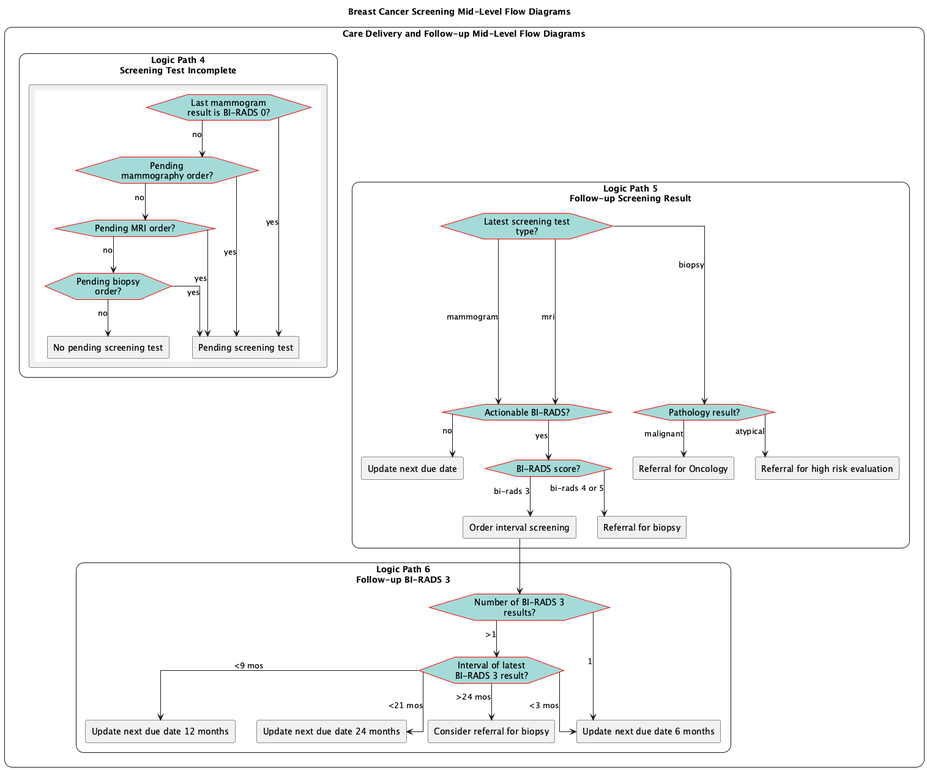
ccsm-cds-tools/CDC-Breast-Cancer-Screening-CDS-L2 keeps this PlantUML diagram as images/flow-MidLevelFollowup.png. Above is the earlier version.
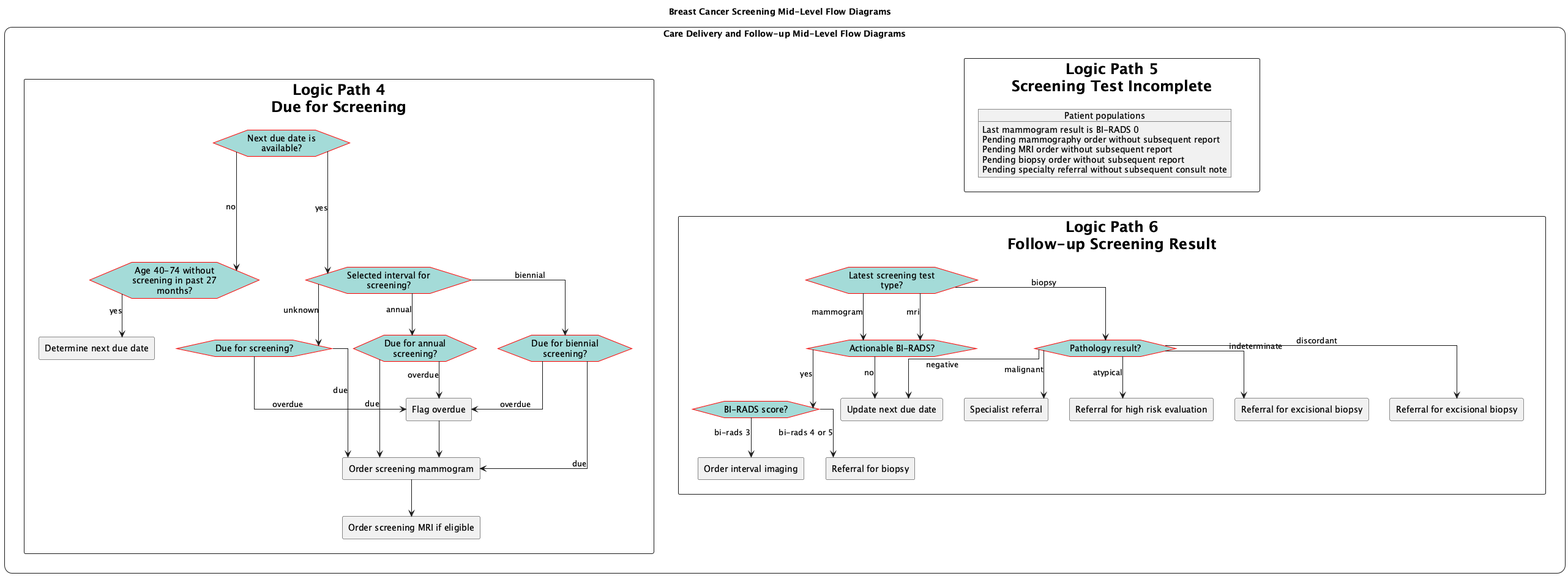
The same diagram one commit later.

What changed in the source:
```diff
@@ -1,5 +1,6 @@
 @startuml
 skinparam linetype ortho
+allow_mixing
 hide stereotype
 <style>
     .main {
@@ -8,8 +9,8 @@
     }
     .roundbox {
         FontStyle bold
+        FontSize 24
         HorizontalAlignment center
-        RoundCorner 25
     }
     label {
         FontStyle bold
@@ -19,26 +20,25 @@
 
 title "Breast Cancer Screening Mid-Level Flow Diagrams"
 rectangle "Care Delivery and Follow-up Mid-Level Flow Diagrams" <<main>> {
-    rectangle "Logic Path 4\nScreening Test Incomplete" as path_4 <<roundbox>> {
-        rectangle path4 [
-            {{
-            !include flow-ScreeningTestIncomplete.plantuml
-            remove eve_lastmammoafterpending
-            remove eve_lastmriafterpending
-            remove eve_lastbiopsyafterpending
-            eve_pendingmammo-->act_testpending: yes
-            eve_pendingmri-->act_testpending: yes
-            eve_pendingbiopsy-->act_testpending: yes
-            }}
-        ]
+    rectangle "Logic Path 4\nDue for Screening" as path_4 <<roundbox>> {
+        !include flow-ScreeningDue.plantuml
     }
-    rectangle "Logic Path 5\nFollow-up Screening Result" as path_5 <<roundbox>> {
+    rectangle "Logic Path 5\nScreening Test Incomplete" as path_5 <<roundbox>> {
+        object "Patient populations" as table {
+            Last mammogram result is BI-RADS 0
+            Pending mammography order without subsequent report
+            Pending MRI order without subsequent report
+            Pending biopsy order without subsequent report
+            Pending specialty referral without subsequent consult note
+        }
+    }
+    rectangle "Logic Path 6\nFollow-up Screening Result" as path_6 <<roundbox>> {
         !include flow-FollowupScreeningResult.plantuml
     }
-    rectangle "Logic Path 6\nFollow-up BI-RADS 3" as path_6 <<roundbox>> {
-        !include flow-FollowupBirads3.plantuml
-    }
-    act_intervalscreen-->eve_birads3count
+
+    path_4--right[hidden]-->path_5
+    path_5-down[hidden]->path_6
+
     remove <<end>>
 }
 @enduml
```
